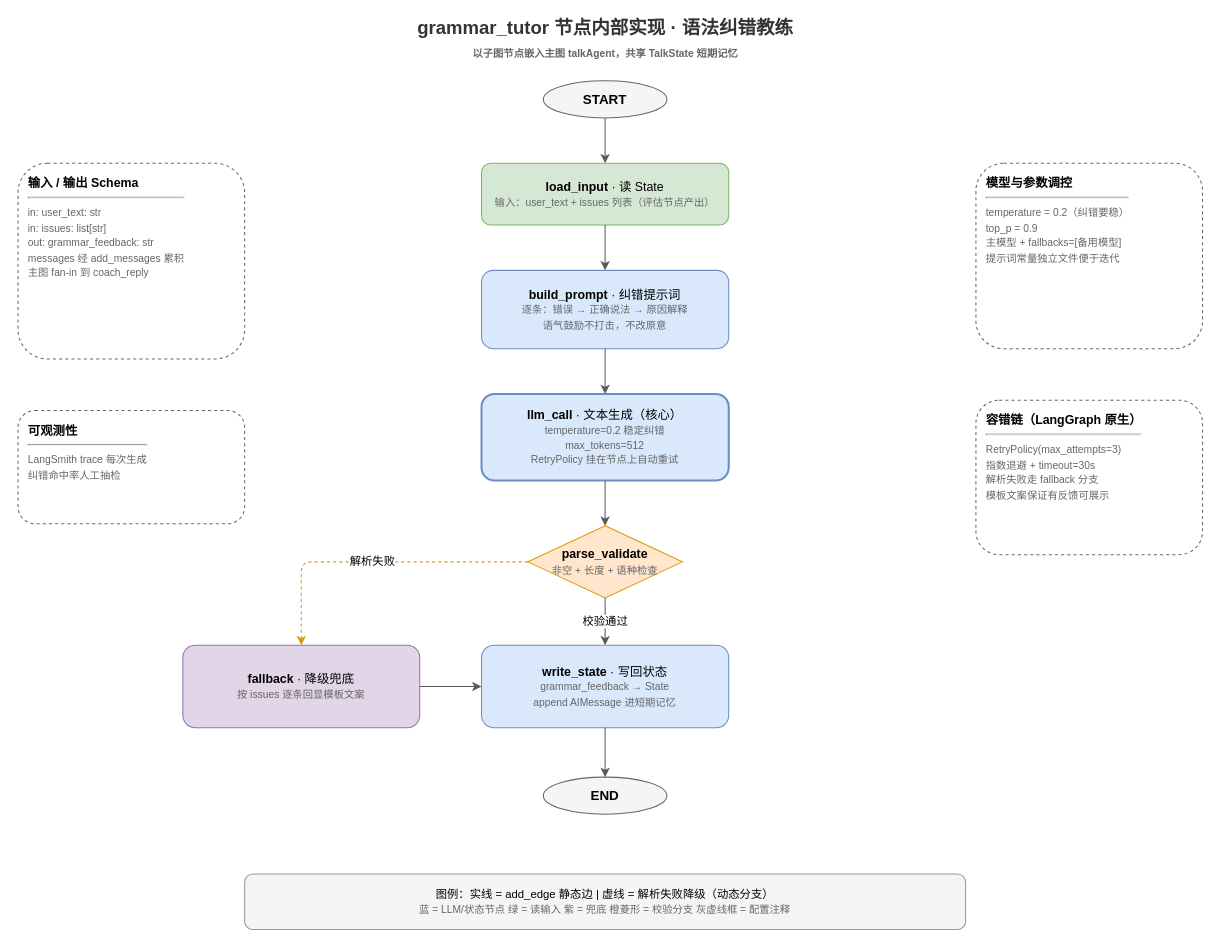
Before: documents/grammar_tutor.drawio in Ekko306/dialog-ai, a draw.io diagram. Source tidied: cells renumbered, new cells numbered last; positions are measured from the earlier drawing's top-left corner, leaving out a move shared by most shapes. Both pictures are drawn from the tidied source at 103%, with x=0, y=0 at pixel (18, 19).
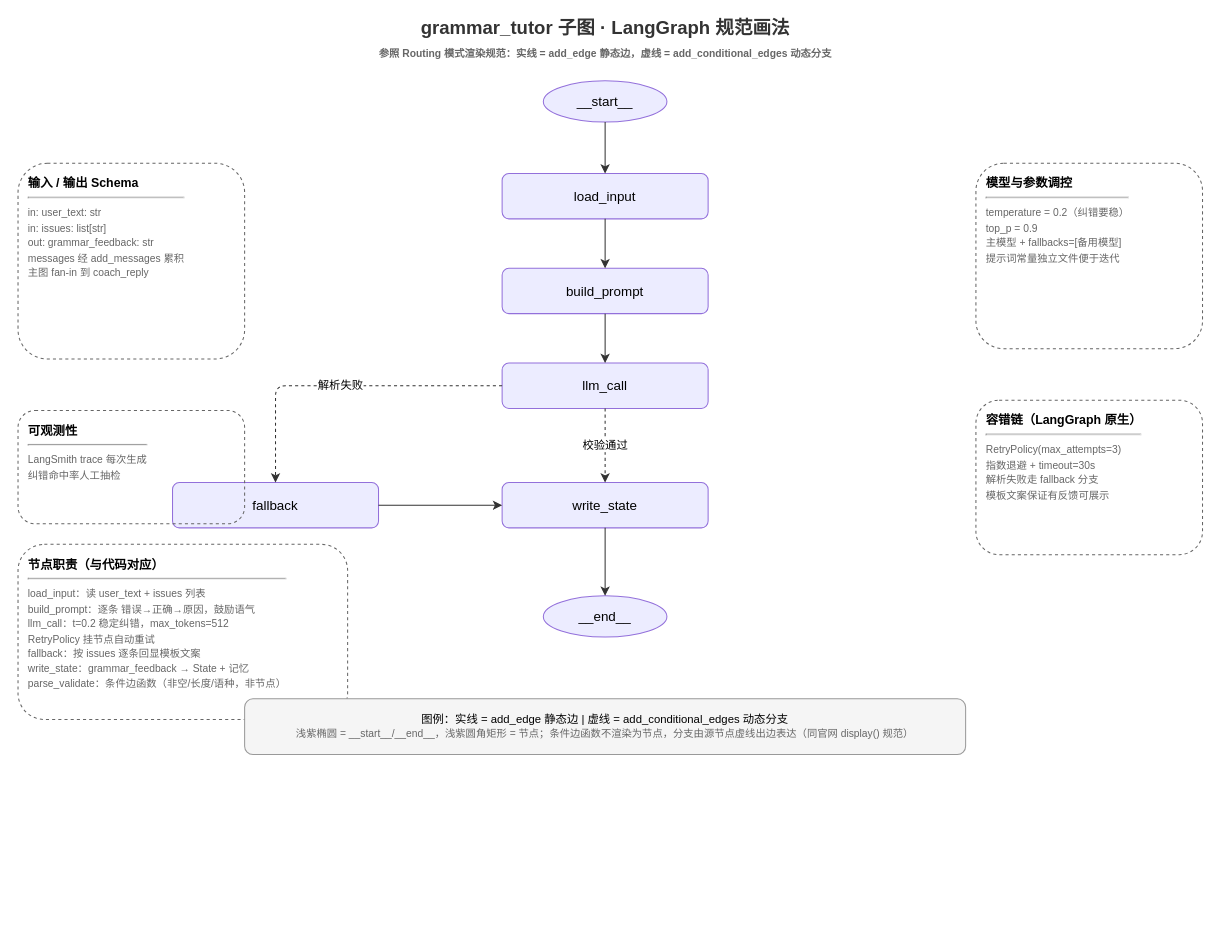
After the change.

The edit, as a diff of the source:
```diff
@@
-    <mxCell id="2" value="grammar_tutor 节点内部实现 · 语法纠错教练&lt;br&gt;&lt;font style=&quot;font-size:10px&quot; color=&quot;#666666&quot;&gt;以子图节点嵌入主图 talkAgent，共享 TalkState 短期记忆&lt;/font&gt;" style="text;html=1;align=center;verticalAlign=middle;fontSize=18;fontStyle=1;fontColor=#333333;" parent="1" vertex="1">
+    <mxCell id="2" value="grammar_tutor 子图 · LangGraph 规范画法&lt;br&gt;&lt;font style=&quot;font-size:10px&quot; color=&quot;#666666&quot;&gt;参照 Routing 模式渲染规范：实线 = add_edge 静态边，虚线 = add_conditional_edges 动态分支&lt;/font&gt;" style="text;html=1;align=center;verticalAlign=middle;fontSize=18;fontStyle=1;fontColor=#333333;" parent="1" vertex="1">
       <mxGeometry x="290" width="560" height="40" as="geometry" />
     </mxCell>
-    <mxCell id="3" value="START" style="ellipse;whiteSpace=wrap;html=1;fillColor=#f5f5f5;strokeColor=#666666;fontSize=13;fontStyle=1;" parent="1" vertex="1">
-      <mxGeometry x="510" y="60" width="120" height="36" as="geometry" />
+    <mxCell id="3" value="__start__" style="ellipse;whiteSpace=wrap;html=1;fillColor=#ECECFF;strokeColor=#9370DB;fontSize=13;" parent="1" vertex="1">
+      <mxGeometry x="510" y="60" width="120" height="40" as="geometry" />
     </mxCell>
-    <mxCell id="4" value="&lt;b&gt;load_input&lt;/b&gt; · 读 State&lt;br&gt;&lt;font style=&quot;font-size:10px&quot; color=&quot;#666666&quot;&gt;输入：user_text + issues 列表（评估节点产出）&lt;/font&gt;" style="rounded=1;whiteSpace=wrap;html=1;fillColor=#d5e8d4;strokeColor=#82b366;fontSize=12;" parent="1" vertex="1">
-      <mxGeometry x="450" y="140" width="240" height="60" as="geometry" />
+    <mxCell id="4" value="load_input" style="rounded=1;whiteSpace=wrap;html=1;fillColor=#ECECFF;strokeColor=#9370DB;fontSize=13;" parent="1" vertex="1">
+      <mxGeometry x="470" y="150" width="200" height="44" as="geometry" />
     </mxCell>
-    <mxCell id="5" value="&lt;b&gt;build_prompt&lt;/b&gt; · 纠错提示词&lt;br&gt;&lt;font style=&quot;font-size:10px&quot; color=&quot;#666666&quot;&gt;逐条：错误 → 正确说法 → 原因解释&lt;br&gt;语气鼓励不打击，不改原意&lt;/font&gt;" style="rounded=1;whiteSpace=wrap;html=1;fillColor=#dae8fc;strokeColor=#6c8ebf;fontSize=12;" parent="1" vertex="1">
-      <mxGeometry x="450" y="244" width="240" height="76" as="geometry" />
+    <mxCell id="5" value="build_prompt" style="rounded=1;whiteSpace=wrap;html=1;fillColor=#ECECFF;strokeColor=#9370DB;fontSize=13;" parent="1" vertex="1">
+      <mxGeometry x="470" y="242" width="200" height="44" as="geometry" />
     </mxCell>
-    <mxCell id="6" value="&lt;b&gt;llm_call&lt;/b&gt; · 文本生成（核心）&lt;br&gt;&lt;font style=&quot;font-size:10px&quot; color=&quot;#666666&quot;&gt;temperature=0.2 稳定纠错&lt;br&gt;max_tokens=512&lt;br&gt;RetryPolicy 挂在节点上自动重试&lt;/font&gt;" style="rounded=1;whiteSpace=wrap;html=1;fillColor=#dae8fc;strokeColor=#6c8ebf;strokeWidth=2;fontSize=12;" parent="1" vertex="1">
-      <mxGeometry x="450" y="364" width="240" height="84" as="geometry" />
+    <mxCell id="6" value="llm_call" style="rounded=1;whiteSpace=wrap;html=1;fillColor=#ECECFF;strokeColor=#9370DB;fontSize=13;" parent="1" vertex="1">
+      <mxGeometry x="470" y="334" width="200" height="44" as="geometry" />
     </mxCell>
-    <mxCell id="7" value="&lt;b&gt;parse_validate&lt;/b&gt;&lt;br&gt;&lt;font style=&quot;font-size:10px&quot; color=&quot;#666666&quot;&gt;非空 + 长度 + 语种检查&lt;/font&gt;" style="rhombus;whiteSpace=wrap;html=1;fillColor=#ffe6cc;strokeColor=#d79b00;fontSize=12;" parent="1" vertex="1">
-      <mxGeometry x="495" y="492" width="150" height="70" as="geometry" />
-    </mxCell>
-    <mxCell id="8" value="&lt;b&gt;fallback&lt;/b&gt; · 降级兜底&lt;br&gt;&lt;font style=&quot;font-size:10px&quot; color=&quot;#666666&quot;&gt;按 issues 逐条回显模板文案&lt;/font&gt;" style="rounded=1;whiteSpace=wrap;html=1;fillColor=#e1d5e7;strokeColor=#9673a6;fontSize=12;" parent="1" vertex="1">
-      <mxGeometry x="160" y="608" width="230" height="80" as="geometry" />
+    <mxCell id="8" value="fallback" style="rounded=1;whiteSpace=wrap;html=1;fillColor=#ECECFF;strokeColor=#9370DB;fontSize=13;" parent="1" vertex="1">
+      <mxGeometry x="150" y="450" width="200" height="44" as="geometry" />
     </mxCell>
-    <mxCell id="9" value="&lt;b&gt;write_state&lt;/b&gt; · 写回状态&lt;br&gt;&lt;font style=&quot;font-size:10px&quot; color=&quot;#666666&quot;&gt;grammar_feedback → State&lt;br&gt;append AIMessage 进短期记忆&lt;/font&gt;" style="rounded=1;whiteSpace=wrap;html=1;fillColor=#dae8fc;strokeColor=#6c8ebf;fontSize=12;" parent="1" vertex="1">
-      <mxGeometry x="450" y="608" width="240" height="80" as="geometry" />
+    <mxCell id="9" value="write_state" style="rounded=1;whiteSpace=wrap;html=1;fillColor=#ECECFF;strokeColor=#9370DB;fontSize=13;" parent="1" vertex="1">
+      <mxGeometry x="470" y="450" width="200" height="44" as="geometry" />
     </mxCell>
-    <mxCell id="10" value="END" style="ellipse;whiteSpace=wrap;html=1;fillColor=#f5f5f5;strokeColor=#666666;fontSize=13;fontStyle=1;" parent="1" vertex="1">
-      <mxGeometry x="510" y="736" width="120" height="36" as="geometry" />
+    <mxCell id="10" value="__end__" style="ellipse;whiteSpace=wrap;html=1;fillColor=#ECECFF;strokeColor=#9370DB;fontSize=13;" parent="1" vertex="1">
+      <mxGeometry x="510" y="560" width="120" height="40" as="geometry" />
     </mxCell>
-    <mxCell id="11" style="edgeStyle=orthogonalEdgeStyle;rounded=1;html=1;strokeColor=#595959;fontSize=11;" parent="1" edge="1" source="3" target="4">
+    <mxCell id="11" style="edgeStyle=orthogonalEdgeStyle;rounded=1;html=1;strokeColor=#333333;fontSize=11;" parent="1" edge="1" source="3" target="4">
       <mxGeometry relative="1" as="geometry" />
     </mxCell>
-    <mxCell id="12" style="edgeStyle=orthogonalEdgeStyle;rounded=1;html=1;strokeColor=#595959;fontSize=11;" parent="1" edge="1" source="4" target="5">
+    <mxCell id="12" style="edgeStyle=orthogonalEdgeStyle;rounded=1;html=1;strokeColor=#333333;fontSize=11;" parent="1" edge="1" source="4" target="5">
       <mxGeometry relative="1" as="geometry" />
     </mxCell>
-    <mxCell id="13" style="edgeStyle=orthogonalEdgeStyle;rounded=1;html=1;strokeColor=#595959;fontSize=11;" parent="1" edge="1" source="5" target="6">
+    <mxCell id="13" style="edgeStyle=orthogonalEdgeStyle;rounded=1;html=1;strokeColor=#333333;fontSize=11;" parent="1" edge="1" source="5" target="6">
       <mxGeometry relative="1" as="geometry" />
     </mxCell>
-    <mxCell id="14" style="edgeStyle=orthogonalEdgeStyle;rounded=1;html=1;strokeColor=#595959;fontSize=11;" parent="1" edge="1" source="6" target="7">
+    <mxCell id="14" value="校验通过" style="edgeStyle=orthogonalEdgeStyle;rounded=1;html=1;dashed=1;strokeColor=#333333;fontSize=11;exitX=0.5;exitY=1;exitDx=0;exitDy=0;entryX=0.5;entryY=0;entryDx=0;entryDy=0;" parent="1" edge="1" source="6" target="9">
       <mxGeometry relative="1" as="geometry" />
     </mxCell>
-    <mxCell id="15" value="校验通过" style="edgeStyle=orthogonalEdgeStyle;rounded=1;html=1;strokeColor=#595959;fontSize=11;exitX=0.5;exitY=1;exitDx=0;exitDy=0;entryX=0.5;entryY=0;entryDx=0;entryDy=0;" parent="1" edge="1" source="7" target="9">
+    <mxCell id="15" value="解析失败" style="edgeStyle=orthogonalEdgeStyle;rounded=1;html=1;dashed=1;strokeColor=#333333;fontSize=11;exitX=0;exitY=0.5;exitDx=0;exitDy=0;entryX=0.5;entryY=0;entryDx=0;entryDy=0;" parent="1" edge="1" source="6" target="8">
       <mxGeometry relative="1" as="geometry" />
     </mxCell>
-    <mxCell id="16" value="解析失败" style="edgeStyle=orthogonalEdgeStyle;rounded=1;html=1;dashed=1;strokeColor=#d79b00;fontSize=11;exitX=0;exitY=0.5;exitDx=0;exitDy=0;entryX=0.5;entryY=0;entryDx=0;entryDy=0;" parent="1" edge="1" source="7" target="8">
+    <mxCell id="16" style="edgeStyle=orthogonalEdgeStyle;rounded=1;html=1;strokeColor=#333333;fontSize=11;exitX=1;exitY=0.5;exitDx=0;exitDy=0;entryX=0;entryY=0.5;entryDx=0;entryDy=0;" parent="1" edge="1" source="8" target="9">
       <mxGeometry relative="1" as="geometry" />
     </mxCell>
-    <mxCell id="17" style="edgeStyle=orthogonalEdgeStyle;rounded=1;html=1;strokeColor=#595959;fontSize=11;exitX=1;exitY=0.5;exitDx=0;exitDy=0;entryX=0;entryY=0.5;entryDx=0;entryDy=0;" parent="1" edge="1" source="8" target="9">
+    <mxCell id="17" style="edgeStyle=orthogonalEdgeStyle;rounded=1;html=1;strokeColor=#333333;fontSize=11;" parent="1" edge="1" source="9" target="10">
       <mxGeometry relative="1" as="geometry" />
     </mxCell>
-    <mxCell id="18" style="edgeStyle=orthogonalEdgeStyle;rounded=1;html=1;strokeColor=#595959;fontSize=11;" parent="1" edge="1" source="9" target="10">
-      <mxGeometry relative="1" as="geometry" />
-    </mxCell>
@@
+    <mxCell id="24" value="&lt;b&gt;节点职责（与代码对应）&lt;/b&gt;&lt;hr&gt;&lt;font style=&quot;font-size:10px&quot; color=&quot;#666666&quot;&gt;load_input：读 user_text + issues 列表&lt;br&gt;build_prompt：逐条 错误→正确→原因，鼓励语气&lt;br&gt;llm_call：t=0.2 稳定纠错，max_tokens=512&lt;br&gt;RetryPolicy 挂节点自动重试&lt;br&gt;fallback：按 issues 逐条回显模板文案&lt;br&gt;write_state：grammar_feedback → State + 记忆&lt;br&gt;parse_validate：条件边函数（非空/长度/语种，非节点）&lt;/font&gt;" style="rounded=1;whiteSpace=wrap;html=1;dashed=1;fillColor=none;strokeColor=#666666;align=left;verticalAlign=top;fontSize=12;spacingLeft=8;spacingTop=6;" parent="1" vertex="1">
+      <mxGeometry y="510" width="320" height="170" as="geometry" />
+    </mxCell>
@@
-    <mxCell id="23" value="图例：实线 = add_edge 静态边  |  虚线 = 解析失败降级（动态分支）&lt;br&gt;&lt;font style=&quot;font-size:10px&quot; color=&quot;#666666&quot;&gt;蓝 = LLM/状态节点  绿 = 读输入  紫 = 兜底  橙菱形 = 校验分支  灰虚线框 = 配置注释&lt;/font&gt;" style="rounded=1;whiteSpace=wrap;html=1;fillColor=#f5f5f5;strokeColor=#999999;fontSize=11;align=center;" parent="1" vertex="1">
-      <mxGeometry x="220" y="830" width="700" height="54" as="geometry" />
+    <mxCell id="23" value="图例：实线 = add_edge 静态边  |  虚线 = add_conditional_edges 动态分支&lt;br&gt;&lt;font style=&quot;font-size:10px&quot; color=&quot;#666666&quot;&gt;浅紫椭圆 = __start__/__end__，浅紫圆角矩形 = 节点；条件边函数不渲染为节点，分支由源节点虚线出边表达（同官网 display() 规范）&lt;/font&gt;" style="rounded=1;whiteSpace=wrap;html=1;fillColor=#f5f5f5;strokeColor=#999999;fontSize=11;align=center;" parent="1" vertex="1">
+      <mxGeometry x="220" y="660" width="700" height="54" as="geometry" />
     </mxCell>
```
